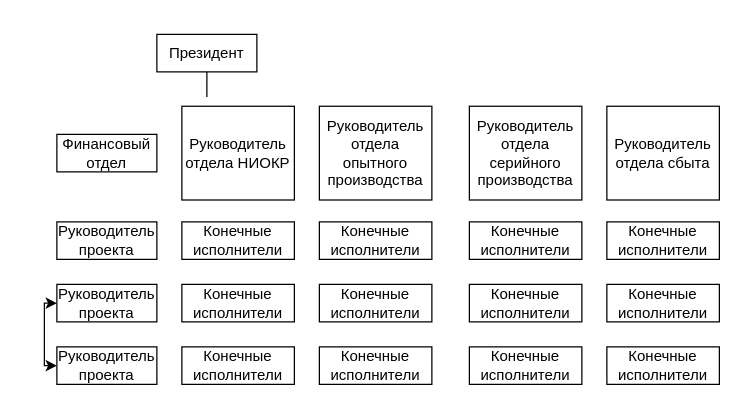
This is Functional.drawio from abobandit/diagrams, a draw.io file, before an edit. Source tidied: cells renumbered, new cells numbered last; positions are measured from the earlier drawing's top-left corner, leaving out a move shared by most shapes. Both pictures are drawn from the tidied source at 125%, with x=0, y=0 at pixel (44, 34).
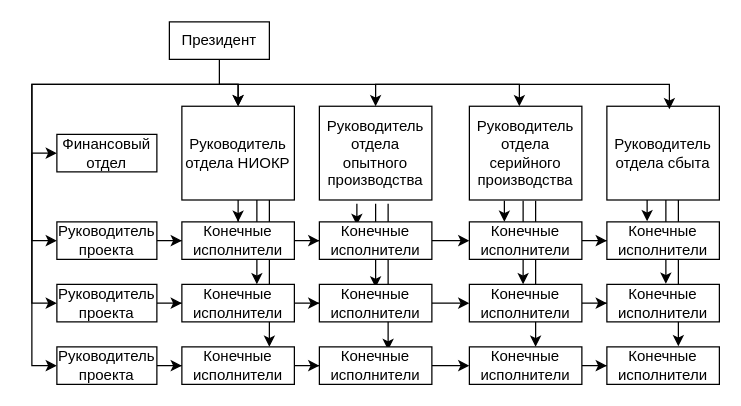
After the change.

Unchanged cells that the change refers to:
```xml
<mxCell id="5" value="Руководитель проекта " style="rounded=0;whiteSpace=wrap;html=1;" parent="1" vertex="1">
  <mxGeometry x="10" y="250" width="80" height="30" as="geometry" />
</mxCell>
<mxCell id="6" value="Руководитель проекта " style="rounded=0;whiteSpace=wrap;html=1;" parent="1" vertex="1">
  <mxGeometry x="10" y="200" width="80" height="30" as="geometry" />
</mxCell>
<mxCell id="7" value="Руководитель проекта " style="rounded=0;whiteSpace=wrap;html=1;" parent="1" vertex="1">
  <mxGeometry x="10" y="150" width="80" height="30" as="geometry" />
</mxCell>
<mxCell id="8" value="Финансовый отдел" style="rounded=0;whiteSpace=wrap;html=1;" parent="1" vertex="1">
  <mxGeometry x="10" y="80" width="80" height="30" as="geometry" />
</mxCell>
<mxCell id="9" value="Руководитель отдела НИОКР" style="rounded=0;whiteSpace=wrap;html=1;" parent="1" vertex="1">
  <mxGeometry x="110" y="57.5" width="90" height="75" as="geometry" />
</mxCell>
<mxCell id="10" value="Руководитель отдела опытного производства" style="rounded=0;whiteSpace=wrap;html=1;" parent="1" vertex="1">
  <mxGeometry x="220" y="57.5" width="90" height="75" as="geometry" />
</mxCell>
<mxCell id="11" value="Руководитель отдела серийного производства" style="rounded=0;whiteSpace=wrap;html=1;" parent="1" vertex="1">
  <mxGeometry x="340" y="57.5" width="90" height="75" as="geometry" />
</mxCell>
<mxCell id="12" value="Руководитель отдела сбыта" style="rounded=0;whiteSpace=wrap;html=1;" parent="1" vertex="1">
  <mxGeometry x="450" y="57.5" width="90" height="75" as="geometry" />
</mxCell>
<mxCell id="13" value="Конечные исполнители" style="rounded=0;whiteSpace=wrap;html=1;" parent="1" vertex="1">
  <mxGeometry x="110" y="150" width="90" height="30" as="geometry" />
</mxCell>
<mxCell id="14" value="Конечные исполнители" style="rounded=0;whiteSpace=wrap;html=1;" parent="1" vertex="1">
  <mxGeometry x="110" y="200" width="90" height="30" as="geometry" />
</mxCell>
<mxCell id="15" value="Конечные исполнители" style="rounded=0;whiteSpace=wrap;html=1;" parent="1" vertex="1">
  <mxGeometry x="110" y="250" width="90" height="30" as="geometry" />
</mxCell>
<mxCell id="16" value="Конечные исполнители" style="rounded=0;whiteSpace=wrap;html=1;" parent="1" vertex="1">
  <mxGeometry x="220" y="150" width="90" height="30" as="geometry" />
</mxCell>
<mxCell id="17" value="Конечные исполнители" style="rounded=0;whiteSpace=wrap;html=1;" parent="1" vertex="1">
  <mxGeometry x="220" y="200" width="90" height="30" as="geometry" />
</mxCell>
<mxCell id="18" value="Конечные исполнители" style="rounded=0;whiteSpace=wrap;html=1;" parent="1" vertex="1">
  <mxGeometry x="220" y="250" width="90" height="30" as="geometry" />
</mxCell>
<mxCell id="19" value="Конечные исполнители" style="rounded=0;whiteSpace=wrap;html=1;" parent="1" vertex="1">
  <mxGeometry x="340" y="150" width="90" height="30" as="geometry" />
</mxCell>
<mxCell id="20" value="Конечные исполнители" style="rounded=0;whiteSpace=wrap;html=1;" parent="1" vertex="1">
  <mxGeometry x="340" y="200" width="90" height="30" as="geometry" />
</mxCell>
<mxCell id="21" value="Конечные исполнители" style="rounded=0;whiteSpace=wrap;html=1;" parent="1" vertex="1">
  <mxGeometry x="340" y="250" width="90" height="30" as="geometry" />
</mxCell>
```

Diff of the diagram source:
```diff
@@
-    <mxCell id="2" style="edgeStyle=orthogonalEdgeStyle;rounded=0;jettySize=auto;html=1;endArrow=none;endFill=0;" parent="1" edge="1" source="3">
-      <mxGeometry relative="1" as="geometry">
-        <mxPoint x="130" y="50" as="targetPoint" />
-      </mxGeometry>
-    </mxCell>
+    <mxCell id="25" style="edgeStyle=orthogonalEdgeStyle;rounded=0;jettySize=auto;html=1;" parent="1" edge="1" source="3" target="9">
+      <mxGeometry relative="1" as="geometry" />
+    </mxCell>
     <mxCell id="3" value="Президент" style="rounded=0;whiteSpace=wrap;html=1;" parent="1" vertex="1">
-      <mxGeometry x="90" width="80" height="30" as="geometry" />
+      <mxGeometry x="100" y="-10" width="80" height="30" as="geometry" />
     </mxCell>
-    <mxCell id="4" style="edgeStyle=orthogonalEdgeStyle;rounded=0;jettySize=auto;html=1;entryX=0;entryY=0.5;entryDx=0;entryDy=0;startArrow=classic;startFill=1;" parent="1" edge="1" source="5" target="6">
+    <mxCell id="4" style="edgeStyle=orthogonalEdgeStyle;rounded=0;jettySize=auto;html=1;startArrow=classic;startFill=1;" parent="1" edge="1" source="5" target="9">
       <mxGeometry relative="1" as="geometry">
         <Array as="points">
-          <mxPoint y="265" />
-          <mxPoint y="215" />
+          <mxPoint x="-10" y="265" />
+          <mxPoint x="-10" y="40" />
+          <mxPoint x="155" y="40" />
         </Array>
       </mxGeometry>
     </mxCell>
+    <mxCell id="26" style="edgeStyle=orthogonalEdgeStyle;rounded=0;jettySize=auto;html=1;" parent="1" edge="1" source="5" target="15">
+      <mxGeometry relative="1" as="geometry" />
+    </mxCell>
@@
+    <mxCell id="27" style="edgeStyle=orthogonalEdgeStyle;rounded=0;jettySize=auto;html=1;" parent="1" edge="1" source="6" target="14">
+      <mxGeometry relative="1" as="geometry" />
+    </mxCell>
@@
+    <mxCell id="28" style="edgeStyle=orthogonalEdgeStyle;rounded=0;jettySize=auto;html=1;entryX=0;entryY=0.5;entryDx=0;entryDy=0;startArrow=classic;startFill=1;" parent="1" edge="1" source="7" target="8">
+      <mxGeometry relative="1" as="geometry">
+        <Array as="points">
+          <mxPoint x="-10" y="165" />
+          <mxPoint x="-10" y="95" />
+        </Array>
+      </mxGeometry>
+    </mxCell>
+    <mxCell id="29" style="edgeStyle=orthogonalEdgeStyle;rounded=0;jettySize=auto;html=1;" parent="1" edge="1" source="7" target="13">
+      <mxGeometry relative="1" as="geometry" />
+    </mxCell>
@@
+    <mxCell id="30" style="edgeStyle=orthogonalEdgeStyle;rounded=0;jettySize=auto;html=1;" parent="1" edge="1" source="9" target="15">
+      <mxGeometry relative="1" as="geometry">
+        <Array as="points">
+          <mxPoint x="180" y="190" />
+          <mxPoint x="180" y="190" />
+        </Array>
+      </mxGeometry>
+    </mxCell>
+    <mxCell id="31" style="edgeStyle=orthogonalEdgeStyle;rounded=0;jettySize=auto;html=1;" parent="1" edge="1" source="9" target="14">
+      <mxGeometry relative="1" as="geometry">
+        <Array as="points">
+          <mxPoint x="170" y="170" />
+          <mxPoint x="170" y="170" />
+        </Array>
+      </mxGeometry>
+    </mxCell>
+    <mxCell id="32" style="edgeStyle=orthogonalEdgeStyle;rounded=0;jettySize=auto;html=1;" parent="1" edge="1" source="9" target="13">
+      <mxGeometry relative="1" as="geometry" />
+    </mxCell>
@@
+    <mxCell id="33" style="edgeStyle=orthogonalEdgeStyle;rounded=0;jettySize=auto;html=1;" parent="1" edge="1" source="13" target="16">
+      <mxGeometry relative="1" as="geometry" />
+    </mxCell>
@@
+    <mxCell id="34" style="edgeStyle=orthogonalEdgeStyle;rounded=0;jettySize=auto;html=1;" parent="1" edge="1" source="14" target="17">
+      <mxGeometry relative="1" as="geometry" />
+    </mxCell>
@@
+    <mxCell id="35" style="edgeStyle=orthogonalEdgeStyle;rounded=0;jettySize=auto;html=1;" parent="1" edge="1" source="15" target="18">
+      <mxGeometry relative="1" as="geometry" />
+    </mxCell>
@@
+    <mxCell id="36" style="edgeStyle=orthogonalEdgeStyle;rounded=0;jettySize=auto;html=1;" parent="1" edge="1" source="16" target="19">
+      <mxGeometry relative="1" as="geometry" />
+    </mxCell>
+    <mxCell id="37" style="edgeStyle=orthogonalEdgeStyle;rounded=0;jettySize=auto;html=1;" parent="1" edge="1" source="17" target="20">
+      <mxGeometry relative="1" as="geometry" />
+    </mxCell>
+    <mxCell id="38" style="edgeStyle=orthogonalEdgeStyle;rounded=0;jettySize=auto;html=1;" parent="1" edge="1" source="18" target="21">
+      <mxGeometry relative="1" as="geometry" />
+    </mxCell>
+    <mxCell id="39" style="edgeStyle=orthogonalEdgeStyle;rounded=0;jettySize=auto;html=1;" parent="1" edge="1" source="19" target="22">
+      <mxGeometry relative="1" as="geometry" />
+    </mxCell>
+    <mxCell id="40" style="edgeStyle=orthogonalEdgeStyle;rounded=0;jettySize=auto;html=1;" parent="1" edge="1" source="20" target="23">
+      <mxGeometry relative="1" as="geometry" />
+    </mxCell>
+    <mxCell id="41" style="edgeStyle=orthogonalEdgeStyle;rounded=0;jettySize=auto;html=1;" parent="1" edge="1" source="21" target="24">
+      <mxGeometry relative="1" as="geometry" />
+    </mxCell>
+    <mxCell id="24" value="Конечные исполнители" style="rounded=0;whiteSpace=wrap;html=1;" parent="1" vertex="1">
+      <mxGeometry x="450" y="250" width="90" height="30" as="geometry" />
+    </mxCell>
+    <mxCell id="42" style="edgeStyle=orthogonalEdgeStyle;rounded=0;jettySize=auto;html=1;startArrow=classic;startFill=1;" parent="1" edge="1" source="6" target="11">
+      <mxGeometry relative="1" as="geometry">
+        <Array as="points">
+          <mxPoint x="-10" y="215" />
+          <mxPoint x="-10" y="40" />
+          <mxPoint x="380" y="40" />
+        </Array>
+      </mxGeometry>
+    </mxCell>
+    <mxCell id="43" style="edgeStyle=orthogonalEdgeStyle;rounded=0;jettySize=auto;html=1;entryX=0.556;entryY=0.033;entryDx=0;entryDy=0;entryPerimeter=0;startArrow=classic;startFill=1;" parent="1" edge="1" source="10" target="12">
+      <mxGeometry relative="1" as="geometry">
+        <Array as="points">
+          <mxPoint x="265" y="40" />
+          <mxPoint x="500" y="40" />
+        </Array>
+      </mxGeometry>
+    </mxCell>
+    <mxCell id="44" style="edgeStyle=orthogonalEdgeStyle;rounded=0;orthogonalLoop=1;jettySize=auto;html=1;" parent="1" edge="1">
+      <mxGeometry relative="1" as="geometry">
+        <mxPoint x="275" y="135.5" as="sourcePoint" />
+        <mxPoint x="275" y="252.5" as="targetPoint" />
+        <Array as="points">
+          <mxPoint x="275" y="192.5" />
+          <mxPoint x="275" y="192.5" />
+        </Array>
+      </mxGeometry>
+    </mxCell>
+    <mxCell id="45" style="edgeStyle=orthogonalEdgeStyle;rounded=0;orthogonalLoop=1;jettySize=auto;html=1;" parent="1" edge="1">
+      <mxGeometry relative="1" as="geometry">
+        <mxPoint x="265" y="135.5" as="sourcePoint" />
+        <mxPoint x="265" y="202.5" as="targetPoint" />
+        <Array as="points">
+          <mxPoint x="265" y="172.5" />
+          <mxPoint x="265" y="172.5" />
+        </Array>
+      </mxGeometry>
+    </mxCell>
+    <mxCell id="46" style="edgeStyle=orthogonalEdgeStyle;rounded=0;orthogonalLoop=1;jettySize=auto;html=1;" parent="1" edge="1">
+      <mxGeometry relative="1" as="geometry">
+        <mxPoint x="250" y="135.5" as="sourcePoint" />
+        <mxPoint x="250" y="152.5" as="targetPoint" />
+      </mxGeometry>
+    </mxCell>
+    <mxCell id="47" style="edgeStyle=orthogonalEdgeStyle;rounded=0;orthogonalLoop=1;jettySize=auto;html=1;" parent="1" edge="1">
+      <mxGeometry relative="1" as="geometry">
+        <mxPoint x="393" y="133" as="sourcePoint" />
+        <mxPoint x="393" y="250" as="targetPoint" />
+        <Array as="points">
+          <mxPoint x="393" y="190" />
+          <mxPoint x="393" y="190" />
+        </Array>
+      </mxGeometry>
+    </mxCell>
+    <mxCell id="48" style="edgeStyle=orthogonalEdgeStyle;rounded=0;orthogonalLoop=1;jettySize=auto;html=1;" parent="1" edge="1">
+      <mxGeometry relative="1" as="geometry">
+        <mxPoint x="383" y="133" as="sourcePoint" />
+        <mxPoint x="383" y="200" as="targetPoint" />
+        <Array as="points">
+          <mxPoint x="383" y="170" />
+          <mxPoint x="383" y="170" />
+        </Array>
+      </mxGeometry>
+    </mxCell>
+    <mxCell id="49" style="edgeStyle=orthogonalEdgeStyle;rounded=0;orthogonalLoop=1;jettySize=auto;html=1;" parent="1" edge="1">
+      <mxGeometry relative="1" as="geometry">
+        <mxPoint x="368" y="133" as="sourcePoint" />
+        <mxPoint x="368" y="150" as="targetPoint" />
+      </mxGeometry>
+    </mxCell>
+    <mxCell id="50" style="edgeStyle=orthogonalEdgeStyle;rounded=0;orthogonalLoop=1;jettySize=auto;html=1;" parent="1" edge="1">
+      <mxGeometry relative="1" as="geometry">
+        <mxPoint x="507.2" y="132.5" as="sourcePoint" />
+        <mxPoint x="507.2" y="249.5" as="targetPoint" />
+        <Array as="points">
+          <mxPoint x="507.2" y="189.5" />
+          <mxPoint x="507.2" y="189.5" />
+        </Array>
+      </mxGeometry>
+    </mxCell>
+    <mxCell id="51" style="edgeStyle=orthogonalEdgeStyle;rounded=0;orthogonalLoop=1;jettySize=auto;html=1;" parent="1" edge="1">
+      <mxGeometry relative="1" as="geometry">
+        <mxPoint x="497.2" y="132.5" as="sourcePoint" />
+        <mxPoint x="497.2" y="199.5" as="targetPoint" />
+        <Array as="points">
+          <mxPoint x="497.2" y="169.5" />
+          <mxPoint x="497.2" y="169.5" />
+        </Array>
+      </mxGeometry>
+    </mxCell>
+    <mxCell id="52" style="edgeStyle=orthogonalEdgeStyle;rounded=0;orthogonalLoop=1;jettySize=auto;html=1;" parent="1" edge="1">
+      <mxGeometry relative="1" as="geometry">
+        <mxPoint x="482.2" y="132.5" as="sourcePoint" />
+        <mxPoint x="482.2" y="149.5" as="targetPoint" />
+      </mxGeometry>
+    </mxCell>
+    <mxCell id="23" value="Конечные исполнители" style="rounded=0;whiteSpace=wrap;html=1;" parent="1" vertex="1">
+      <mxGeometry x="450" y="200" width="90" height="30" as="geometry" />
+    </mxCell>
+    <mxCell id="22" value="Конечные исполнители" style="rounded=0;whiteSpace=wrap;html=1;" parent="1" vertex="1">
+      <mxGeometry x="450" y="150" width="90" height="30" as="geometry" />
+    </mxCell>
@@
-    <mxCell id="22" value="Конечные исполнители" style="rounded=0;whiteSpace=wrap;html=1;" parent="1" vertex="1">
-      <mxGeometry x="450" y="150" width="90" height="30" as="geometry" />
-    </mxCell>
-    <mxCell id="23" value="Конечные исполнители" style="rounded=0;whiteSpace=wrap;html=1;" parent="1" vertex="1">
-      <mxGeometry x="450" y="200" width="90" height="30" as="geometry" />
-    </mxCell>
-    <mxCell id="24" value="Конечные исполнители" style="rounded=0;whiteSpace=wrap;html=1;" parent="1" vertex="1">
-      <mxGeometry x="450" y="250" width="90" height="30" as="geometry" />
-    </mxCell>
```
